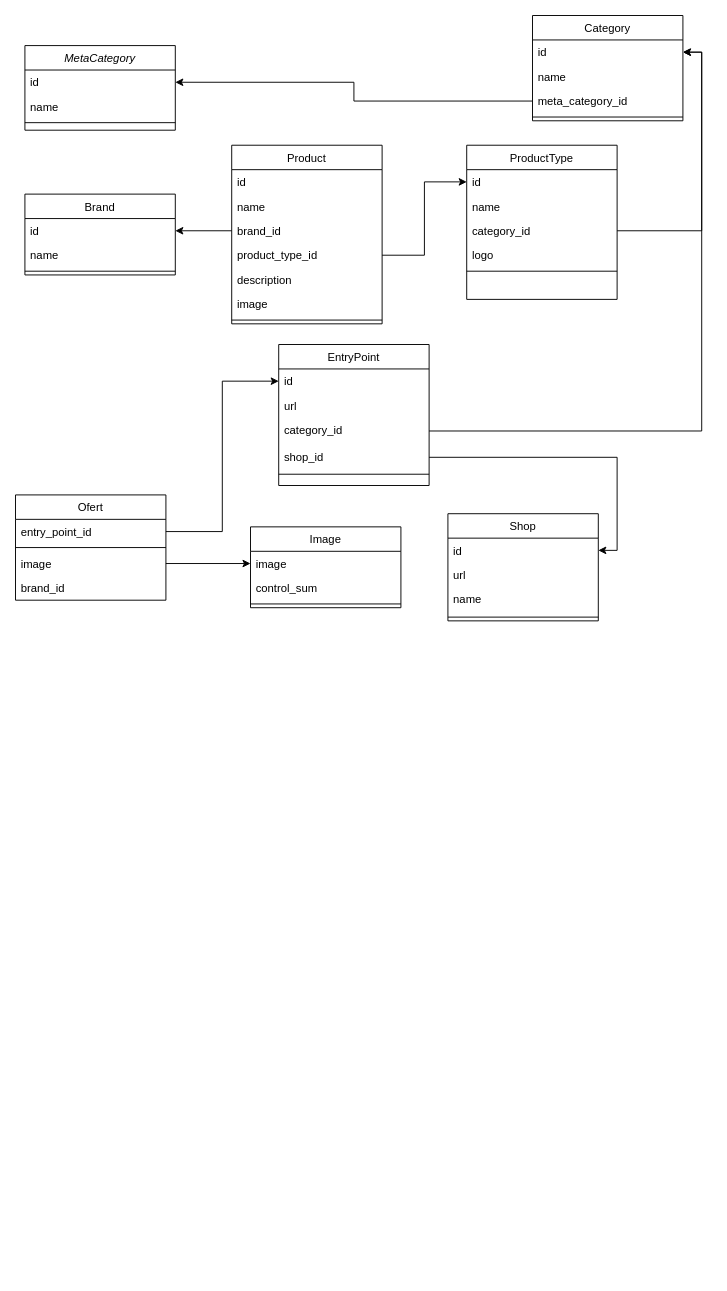
Earlier version of the draw.io diagram Untitled Diagram.drawio (proozack/price). Source tidied: cells renumbered, new cells numbered last; positions are measured from the earlier drawing's top-left corner, leaving out a move shared by most shapes. Both pictures are drawn from the tidied source at 94%, with x=0, y=0 at pixel (15, 15).
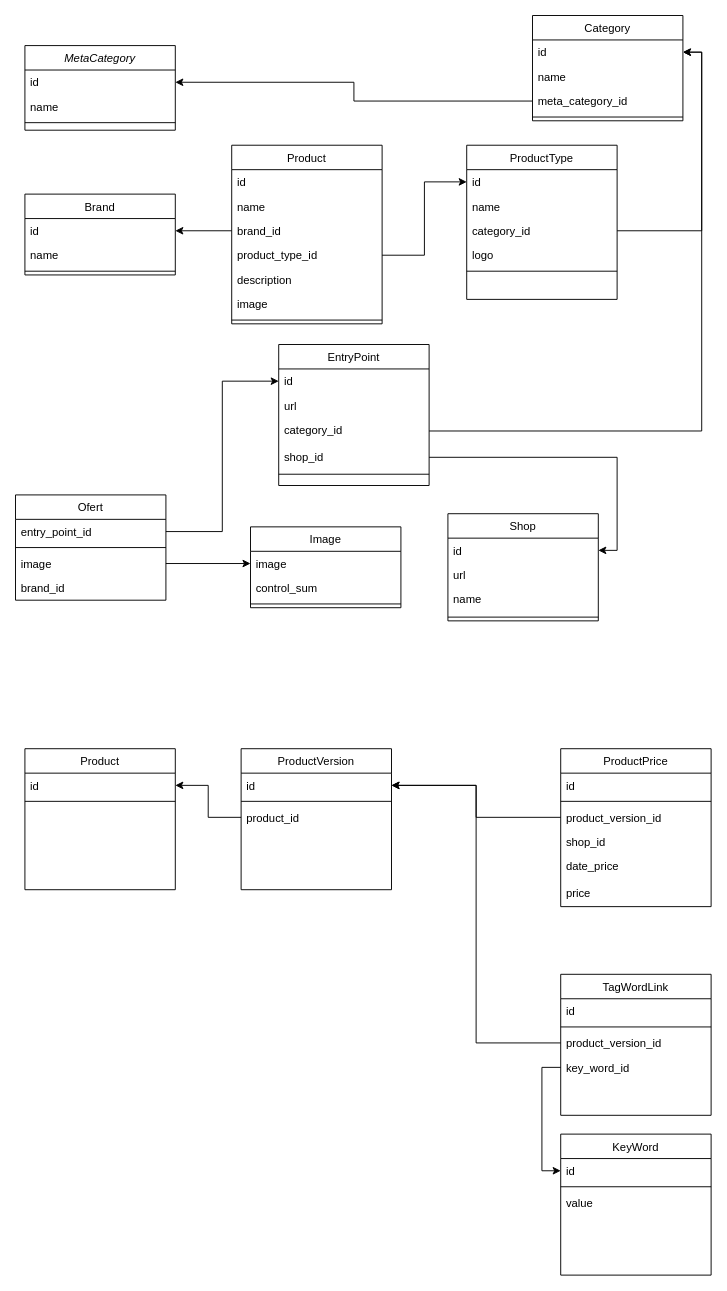
The same diagram, later.

What changed in the source:
```diff
@@
+    <mxCell id="57" value="Product" style="swimlane;fontStyle=0;align=center;verticalAlign=top;horizontal=1;startSize=26;rounded=0;shadow=0;strokeWidth=1;" parent="1" vertex="1">
+      <mxGeometry x="10" y="780" width="160" height="150" as="geometry" />
+    </mxCell>
+    <mxCell id="58" value="id" style="text;align=left;verticalAlign=top;spacingLeft=4;spacingRight=4;overflow=hidden;points=[[0,0.5],[1,0.5]];portConstraint=eastwest;" parent="57" vertex="1">
+      <mxGeometry y="26" width="160" height="26" as="geometry" />
+    </mxCell>
+    <mxCell id="59" style="line;html=1;strokeWidth=1;align=left;verticalAlign=middle;spacingTop=-1;spacingLeft=3;spacingRight=3;labelPosition=right;" parent="57" vertex="1">
+      <mxGeometry y="52" width="160" height="8" as="geometry" />
+    </mxCell>
+    <mxCell id="60" style="edgeStyle=orthogonalEdgeStyle;rounded=0;jettySize=auto;html=1;exitX=0;exitY=0.5;exitDx=0;exitDy=0;entryX=1;entryY=0.5;entryDx=0;entryDy=0;" parent="1" edge="1" source="65" target="58">
+      <mxGeometry relative="1" as="geometry" />
+    </mxCell>
+    <mxCell id="61" style="edgeStyle=orthogonalEdgeStyle;rounded=0;jettySize=auto;html=1;entryX=0;entryY=0.5;entryDx=0;entryDy=0;" parent="1" edge="1" source="79" target="81">
+      <mxGeometry relative="1" as="geometry" />
+    </mxCell>
+    <mxCell id="62" value="ProductVersion" style="swimlane;fontStyle=0;align=center;verticalAlign=top;horizontal=1;startSize=26;rounded=0;shadow=0;strokeWidth=1;" parent="1" vertex="1">
+      <mxGeometry x="240" y="780" width="160" height="150" as="geometry" />
+    </mxCell>
+    <mxCell id="63" value="id" style="text;align=left;verticalAlign=top;spacingLeft=4;spacingRight=4;overflow=hidden;points=[[0,0.5],[1,0.5]];portConstraint=eastwest;" parent="62" vertex="1">
+      <mxGeometry y="26" width="160" height="26" as="geometry" />
+    </mxCell>
+    <mxCell id="64" style="line;html=1;strokeWidth=1;align=left;verticalAlign=middle;spacingTop=-1;spacingLeft=3;spacingRight=3;labelPosition=right;" parent="62" vertex="1">
+      <mxGeometry y="52" width="160" height="8" as="geometry" />
+    </mxCell>
+    <mxCell id="65" value="product_id" style="text;align=left;verticalAlign=top;spacingLeft=4;spacingRight=4;overflow=hidden;points=[[0,0.5],[1,0.5]];portConstraint=eastwest;" parent="62" vertex="1">
+      <mxGeometry y="60" width="160" height="26" as="geometry" />
+    </mxCell>
+    <mxCell id="66" value="ProductPrice" style="swimlane;fontStyle=0;align=center;verticalAlign=top;horizontal=1;startSize=26;rounded=0;shadow=0;strokeWidth=1;" parent="1" vertex="1">
+      <mxGeometry x="580" y="780" width="160" height="168" as="geometry" />
+    </mxCell>
+    <mxCell id="67" value="id" style="text;align=left;verticalAlign=top;spacingLeft=4;spacingRight=4;overflow=hidden;" parent="66" vertex="1">
+      <mxGeometry y="26" width="160" height="26" as="geometry" />
+    </mxCell>
+    <mxCell id="68" style="line;html=1;strokeWidth=1;align=left;verticalAlign=middle;spacingTop=-1;spacingLeft=3;spacingRight=3;labelPosition=right;" parent="66" vertex="1">
+      <mxGeometry y="52" width="160" height="8" as="geometry" />
+    </mxCell>
+    <mxCell id="69" value="product_version_id" style="text;align=left;verticalAlign=top;spacingLeft=4;spacingRight=4;overflow=hidden;points=[[0,0.5],[1,0.5]];portConstraint=eastwest;" parent="66" vertex="1">
+      <mxGeometry y="60" width="160" height="26" as="geometry" />
+    </mxCell>
+    <mxCell id="70" value="shop_id" style="text;align=left;verticalAlign=top;spacingLeft=4;spacingRight=4;overflow=hidden;" parent="66" vertex="1">
+      <mxGeometry y="86" width="160" height="26" as="geometry" />
+    </mxCell>
+    <mxCell id="71" value="date_price" style="text;align=left;verticalAlign=top;spacingLeft=4;spacingRight=4;overflow=hidden;" parent="66" vertex="1">
+      <mxGeometry y="112" width="160" height="28" as="geometry" />
+    </mxCell>
+    <mxCell id="72" value="price" style="text;align=left;verticalAlign=top;spacingLeft=4;spacingRight=4;overflow=hidden;" parent="66" vertex="1">
+      <mxGeometry y="140" width="160" height="28" as="geometry" />
+    </mxCell>
+    <mxCell id="73" style="edgeStyle=orthogonalEdgeStyle;rounded=0;jettySize=auto;html=1;entryX=1;entryY=0.5;entryDx=0;entryDy=0;" parent="1" edge="1" source="69" target="63">
+      <mxGeometry relative="1" as="geometry" />
+    </mxCell>
+    <mxCell id="74" style="edgeStyle=orthogonalEdgeStyle;rounded=0;jettySize=auto;html=1;entryX=1;entryY=0.5;entryDx=0;entryDy=0;" parent="1" edge="1" source="78" target="63">
+      <mxGeometry relative="1" as="geometry" />
+    </mxCell>
+    <mxCell id="75" value="TagWordLink" style="swimlane;fontStyle=0;align=center;verticalAlign=top;horizontal=1;startSize=26;rounded=0;shadow=0;strokeWidth=1;" parent="1" vertex="1">
+      <mxGeometry x="580" y="1020" width="160" height="150" as="geometry" />
+    </mxCell>
+    <mxCell id="76" value="id" style="text;align=left;verticalAlign=top;spacingLeft=4;spacingRight=4;overflow=hidden;" parent="75" vertex="1">
+      <mxGeometry y="26" width="160" height="26" as="geometry" />
+    </mxCell>
+    <mxCell id="77" style="line;html=1;strokeWidth=1;align=left;verticalAlign=middle;spacingTop=-1;spacingLeft=3;spacingRight=3;labelPosition=right;" parent="75" vertex="1">
+      <mxGeometry y="52" width="160" height="8" as="geometry" />
+    </mxCell>
+    <mxCell id="78" value="product_version_id" style="text;align=left;verticalAlign=top;spacingLeft=4;spacingRight=4;overflow=hidden;points=[[0,0.5],[1,0.5]];portConstraint=eastwest;" parent="75" vertex="1">
+      <mxGeometry y="60" width="160" height="26" as="geometry" />
+    </mxCell>
+    <mxCell id="79" value="key_word_id" style="text;align=left;verticalAlign=top;spacingLeft=4;spacingRight=4;overflow=hidden;points=[[0,0.5],[1,0.5]];portConstraint=eastwest;" parent="75" vertex="1">
+      <mxGeometry y="86" width="160" height="26" as="geometry" />
+    </mxCell>
+    <mxCell id="80" value="KeyWord" style="swimlane;fontStyle=0;align=center;verticalAlign=top;horizontal=1;startSize=26;rounded=0;shadow=0;strokeWidth=1;" parent="1" vertex="1">
+      <mxGeometry x="580" y="1190" width="160" height="150" as="geometry" />
+    </mxCell>
+    <mxCell id="81" value="id" style="text;align=left;verticalAlign=top;spacingLeft=4;spacingRight=4;overflow=hidden;points=[[0,0.5],[1,0.5]];portConstraint=eastwest;" parent="80" vertex="1">
+      <mxGeometry y="26" width="160" height="26" as="geometry" />
+    </mxCell>
+    <mxCell id="82" style="line;html=1;strokeWidth=1;align=left;verticalAlign=middle;spacingTop=-1;spacingLeft=3;spacingRight=3;labelPosition=right;" parent="80" vertex="1">
+      <mxGeometry y="52" width="160" height="8" as="geometry" />
+    </mxCell>
+    <mxCell id="83" value="value" style="text;align=left;verticalAlign=top;spacingLeft=4;spacingRight=4;overflow=hidden;" parent="80" vertex="1">
+      <mxGeometry y="60" width="160" height="26" as="geometry" />
+    </mxCell>
```
